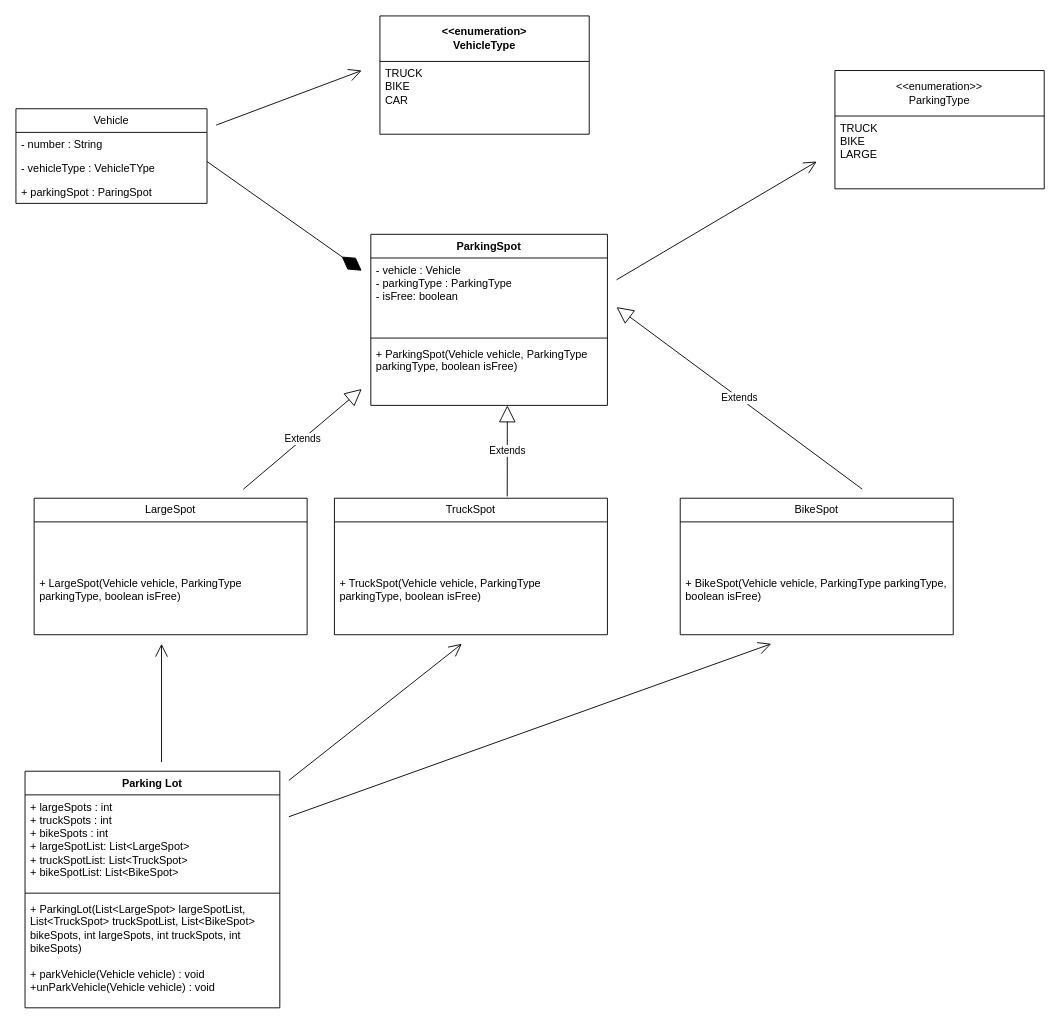
Before: parking.drawio in Varma2116/system-design, a draw.io diagram. Source tidied: cells renumbered, new cells numbered last; positions are measured from the earlier drawing's top-left corner, leaving out a move shared by most shapes. Both pictures are drawn from the tidied source at 91%, with x=0, y=0 at pixel (15, 15).
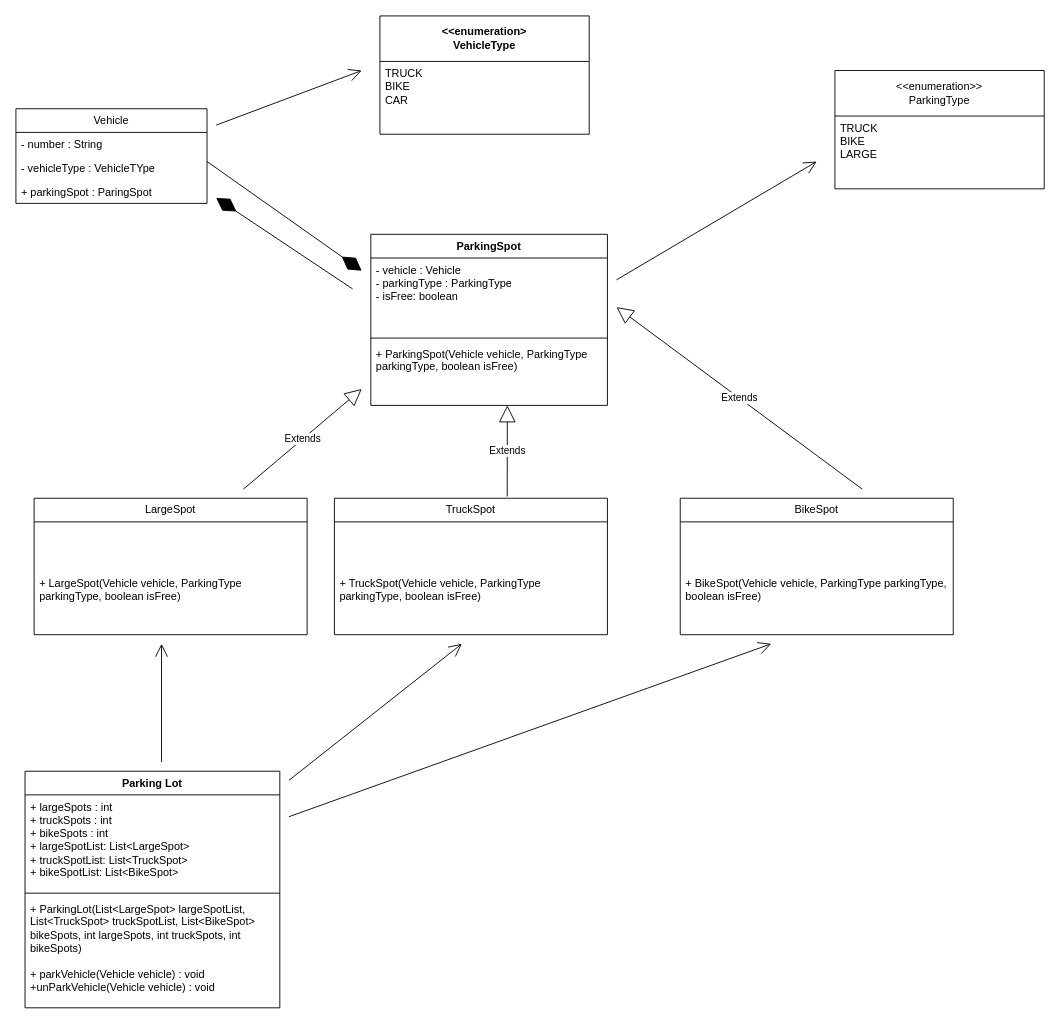
After the change.

Change to the diagram source:
```diff
@@
+    <mxCell id="36" style="endArrow=diamondThin;endFill=1;endSize=24;html=1;rounded=0;" parent="1" edge="1">
+      <mxGeometry relative="1" as="geometry">
+        <mxPoint x="370" y="300" as="sourcePoint" />
+        <mxPoint x="220" y="200" as="targetPoint" />
+      </mxGeometry>
+    </mxCell>
```
